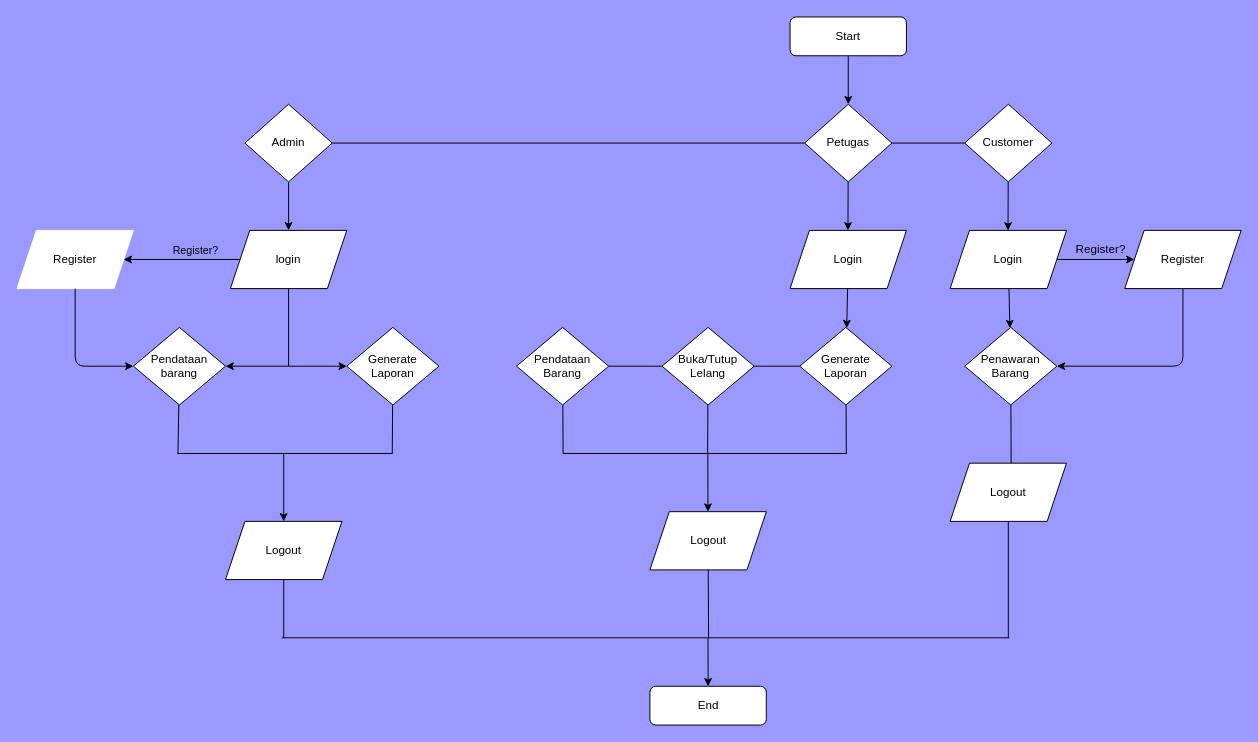
This is .idea/spp.drawio from adam033/App-Profil, a draw.io file, before an edit. Source tidied: cells renumbered, new cells numbered last; positions are measured from the earlier drawing's top-left corner, leaving out a move shared by most shapes. Both pictures are drawn from the tidied source at 97%, with x=0, y=0 at pixel (16, 16).
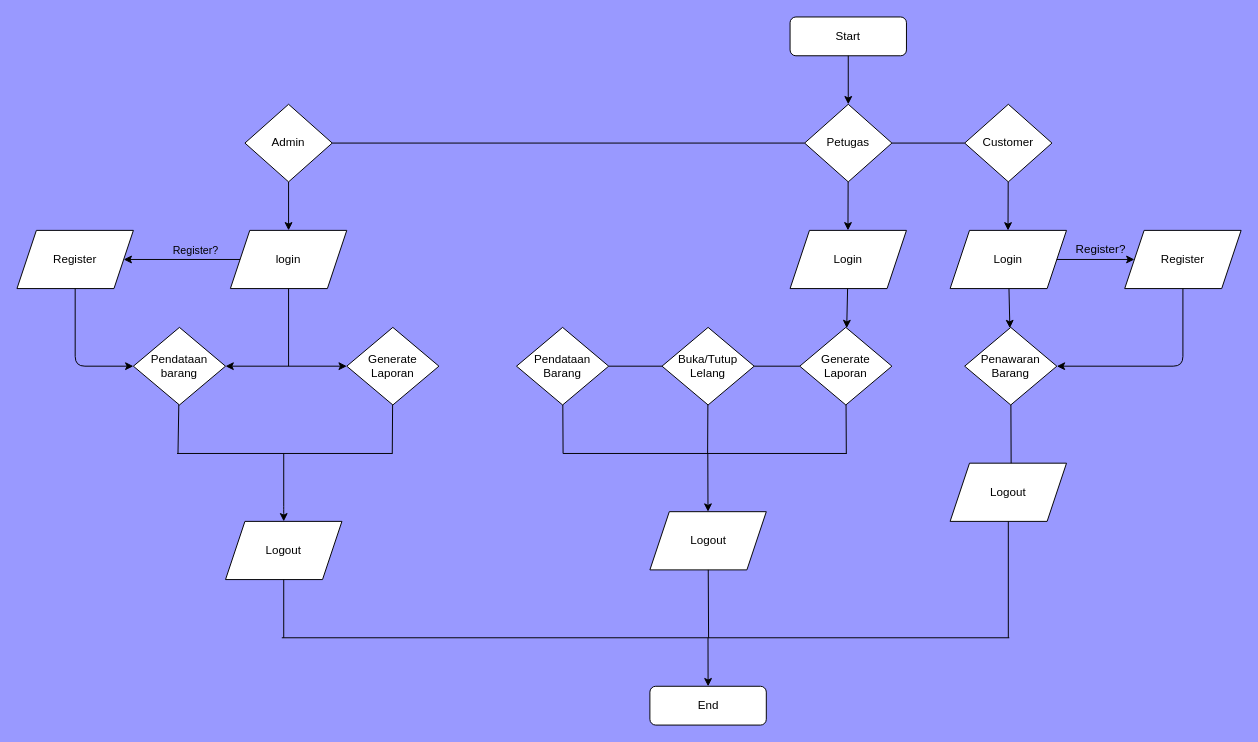
Above is the later version.

Diff of the diagram source:
```diff
@@
-    <mxCell id="17" value="Register" style="shape=parallelogram;perimeter=parallelogramPerimeter;whiteSpace=wrap;html=1;fixedSize=1;strokeColor=#FFFFFF;" parent="1" vertex="1">
+    <mxCell id="17" value="Register" style="shape=parallelogram;perimeter=parallelogramPerimeter;whiteSpace=wrap;html=1;fixedSize=1;" parent="1" vertex="1">
       <mxGeometry y="220" width="120" height="60" as="geometry" />
     </mxCell>
```
